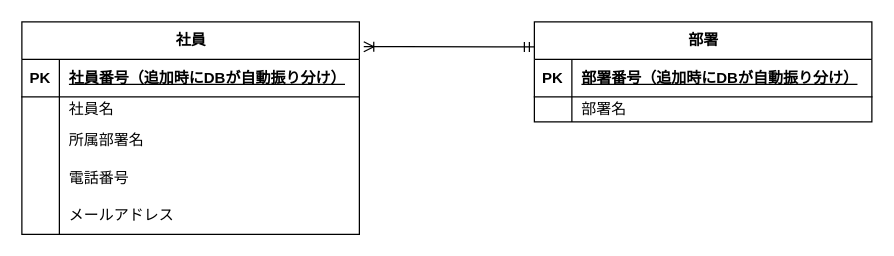
This is docs/01_db/ER図.drawio from Suzaki-0420/csharp_training_202605, a draw.io file, before an edit. Source tidied: cells renumbered, new cells numbered last; positions are measured from the earlier drawing's top-left corner, leaving out a move shared by most shapes. Both pictures are drawn from the tidied source at 125%, with x=0, y=0 at pixel (21, 21).
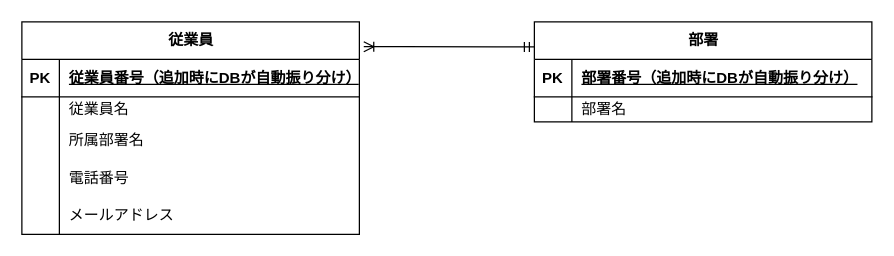
The same diagram, later.

The change refers to these unchanged cells:
```xml
<mxCell id="3" style="shape=tableRow;horizontal=0;startSize=0;swimlaneHead=0;swimlaneBody=0;fillColor=none;top=0;left=0;right=0;bottom=1;" parent="2" vertex="1">
  <mxGeometry y="30" width="270" height="30" as="geometry" />
</mxCell>
<mxCell id="6" style="shape=tableRow;horizontal=0;startSize=0;swimlaneHead=0;swimlaneBody=0;fillColor=none;top=0;left=0;right=0;bottom=0;" parent="2" vertex="1">
  <mxGeometry y="60" width="270" height="20" as="geometry" />
</mxCell>
```

Diff of the diagram source:
```diff
@@
-    <mxCell id="2" value="社員" style="shape=table;startSize=30;childLayout=tableLayout;rowLines=0;fontStyle=1;align=center;html=1;" parent="1" vertex="1">
+    <mxCell id="2" value="従業員" style="shape=table;startSize=30;childLayout=tableLayout;rowLines=0;fontStyle=1;align=center;html=1;" parent="1" vertex="1">
       <mxGeometry width="270" height="170" as="geometry" />
     </mxCell>
@@
-    <mxCell id="5" value="社員番号（追加時にDBが自動振り分け）" style="shape=partialRectangle;fillColor=none;top=0;left=0;bottom=0;right=0;align=left;spacingLeft=6;fontStyle=5;overflow=hidden;whiteSpace=wrap;html=1;" parent="3" vertex="1">
+    <mxCell id="5" value="従業員番号（追加時にDBが自動振り分け）" style="shape=partialRectangle;fillColor=none;top=0;left=0;bottom=0;right=0;align=left;spacingLeft=6;fontStyle=5;overflow=hidden;whiteSpace=wrap;html=1;" parent="3" vertex="1">
       <mxGeometry x="30" width="240" height="30" as="geometry" />
     </mxCell>
@@
-    <mxCell id="8" value="社員名" style="shape=partialRectangle;fillColor=none;top=0;left=0;bottom=0;right=0;align=left;spacingLeft=6;overflow=hidden;whiteSpace=wrap;html=1;" parent="6" vertex="1">
+    <mxCell id="8" value="従業員名" style="shape=partialRectangle;fillColor=none;top=0;left=0;bottom=0;right=0;align=left;spacingLeft=6;overflow=hidden;whiteSpace=wrap;html=1;" parent="6" vertex="1">
       <mxGeometry x="30" width="240" height="20" as="geometry" />
     </mxCell>
```
